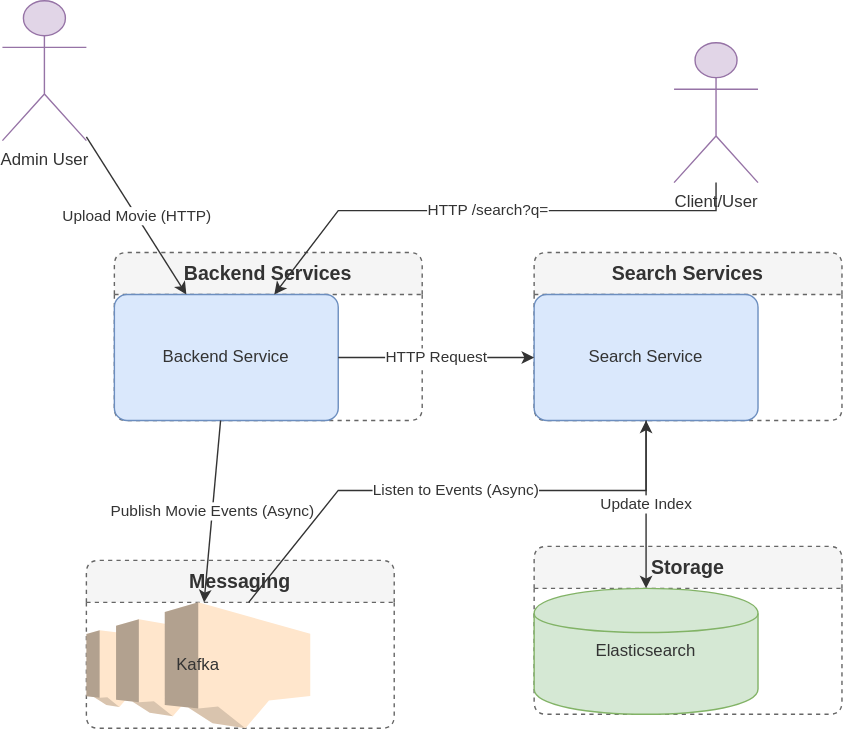
Before: docs/search-microservices.drawio.svg, a diagram exported from draw.io (DipuKumar1997/netflix-video-streaming). Source tidied: cells renumbered, new cells last; positions are measured from the earlier drawing's top-left corner, leaving out a move shared by most shapes. Its diagram source:
```xml
<mxGraphModel>
  <root>
    <mxCell id="0" />
    <mxCell id="1" parent="0" />
    <mxCell id="2" value="Backend Services" style="swimlane;rounded=1;arcSize=10;fillColor=#f5f5f5;strokeColor=#666666;dashed=1;fontColor=#333333;fontSize=14;align=center;verticalAlign=top;horizontal=1;startSize=30;" parent="1" vertex="1">
      <mxGeometry x="80" y="180" width="220" height="120" as="geometry" />
    </mxCell>
    <mxCell id="3" value="Backend Service" style="rounded=1;whiteSpace=wrap;html=1;arcSize=10;fillColor=#dae8fc;strokeColor=#6c8ebf;fontColor=#333333;fontSize=12;" parent="2" vertex="1">
      <mxGeometry y="30" width="160" height="90" as="geometry" />
    </mxCell>
    <mxCell id="4" value="Search Services" style="swimlane;rounded=1;arcSize=10;fillColor=#f5f5f5;strokeColor=#666666;dashed=1;fontColor=#333333;fontSize=14;align=center;verticalAlign=top;horizontal=1;startSize=30;" parent="1" vertex="1">
      <mxGeometry x="380" y="180" width="220" height="120" as="geometry" />
    </mxCell>
    <mxCell id="5" value="Search Service" style="rounded=1;whiteSpace=wrap;html=1;arcSize=10;fillColor=#dae8fc;strokeColor=#6c8ebf;fontColor=#333333;fontSize=12;" parent="4" vertex="1">
      <mxGeometry y="30" width="160" height="90" as="geometry" />
    </mxCell>
    <mxCell id="6" value="Messaging" style="swimlane;rounded=1;arcSize=10;fillColor=#f5f5f5;strokeColor=#666666;dashed=1;fontColor=#333333;fontSize=14;align=center;verticalAlign=top;horizontal=1;startSize=30;" parent="1" vertex="1">
      <mxGeometry x="60" y="400" width="220" height="120" as="geometry" />
    </mxCell>
    <mxCell id="7" value="Kafka" style="shape=mxgraph.aws3.sns;fillColor=#ffe6cc;strokeColor=#d79b00;fontColor=#333333;fontSize=12;whiteSpace=wrap;html=1;" parent="6" vertex="1">
      <mxGeometry y="30" width="160" height="90" as="geometry" />
    </mxCell>
    <mxCell id="8" value="Storage" style="swimlane;rounded=1;arcSize=10;fillColor=#f5f5f5;strokeColor=#666666;dashed=1;fontColor=#333333;fontSize=14;align=center;verticalAlign=top;horizontal=1;startSize=30;" parent="1" vertex="1">
      <mxGeometry x="380" y="390" width="220" height="120" as="geometry" />
    </mxCell>
    <mxCell id="9" value="Elasticsearch" style="shape=cylinder;whiteSpace=wrap;html=1;fillColor=#d5e8d4;strokeColor=#82b366;fontColor=#333333;fontSize=12;" parent="8" vertex="1">
      <mxGeometry y="30" width="160" height="90" as="geometry" />
    </mxCell>
    <mxCell id="10" value="Admin User" style="shape=umlActor;verticalLabelPosition=bottom;verticalAlign=top;html=1;outlineConnect=0;fillColor=#e1d5e7;strokeColor=#9673a6;fontColor=#333333;fontSize=12;" parent="1" vertex="1">
      <mxGeometry width="60" height="100" as="geometry" />
    </mxCell>
    <mxCell id="11" value="Client/User" style="shape=umlActor;verticalLabelPosition=bottom;verticalAlign=top;html=1;outlineConnect=0;fillColor=#e1d5e7;strokeColor=#9673a6;fontColor=#333333;fontSize=12;" parent="1" vertex="1">
      <mxGeometry x="480" y="30" width="60" height="100" as="geometry" />
    </mxCell>
    <mxCell id="12" value="Upload Movie (HTTP)" style="endArrow=classic;html=1;strokeColor=#333333;fontColor=#333333;fontSize=11;labelBackgroundColor=#ffffff;rounded=0;" parent="1" edge="1" source="10" target="3">
      <mxGeometry relative="1" as="geometry" />
    </mxCell>
    <mxCell id="13" value="HTTP /search?q=" style="endArrow=classic;html=1;strokeColor=#333333;fontColor=#333333;fontSize=11;labelBackgroundColor=#ffffff;rounded=0;" parent="1" edge="1" source="11" target="3">
      <mxGeometry relative="1" as="geometry">
        <Array as="points">
          <mxPoint x="510" y="150" />
          <mxPoint x="240" y="150" />
        </Array>
      </mxGeometry>
    </mxCell>
    <mxCell id="14" value="HTTP Request" style="endArrow=classic;html=1;strokeColor=#333333;fontColor=#333333;fontSize=11;labelBackgroundColor=#ffffff;rounded=0;" parent="1" edge="1" source="3" target="5">
      <mxGeometry relative="1" as="geometry" />
    </mxCell>
    <mxCell id="15" value="Publish Movie Events (Async)" style="endArrow=classic;html=1;strokeColor=#333333;fontColor=#333333;fontSize=11;labelBackgroundColor=#ffffff;rounded=0;" parent="1" edge="1" source="3" target="7">
      <mxGeometry relative="1" as="geometry" />
    </mxCell>
    <mxCell id="16" value="Listen to Events (Async)" style="endArrow=classic;html=1;strokeColor=#333333;fontColor=#333333;fontSize=11;labelBackgroundColor=#ffffff;rounded=0;" parent="1" edge="1" source="7" target="5">
      <mxGeometry relative="1" as="geometry">
        <Array as="points">
          <mxPoint x="240" y="350" />
          <mxPoint x="460" y="350" />
        </Array>
      </mxGeometry>
    </mxCell>
    <mxCell id="17" value="Update Index" style="endArrow=classic;html=1;strokeColor=#333333;fontColor=#333333;fontSize=11;labelBackgroundColor=#ffffff;rounded=0;" parent="1" edge="1" source="5" target="9">
      <mxGeometry relative="1" as="geometry" />
    </mxCell>
  </root>
</mxGraphModel>
```
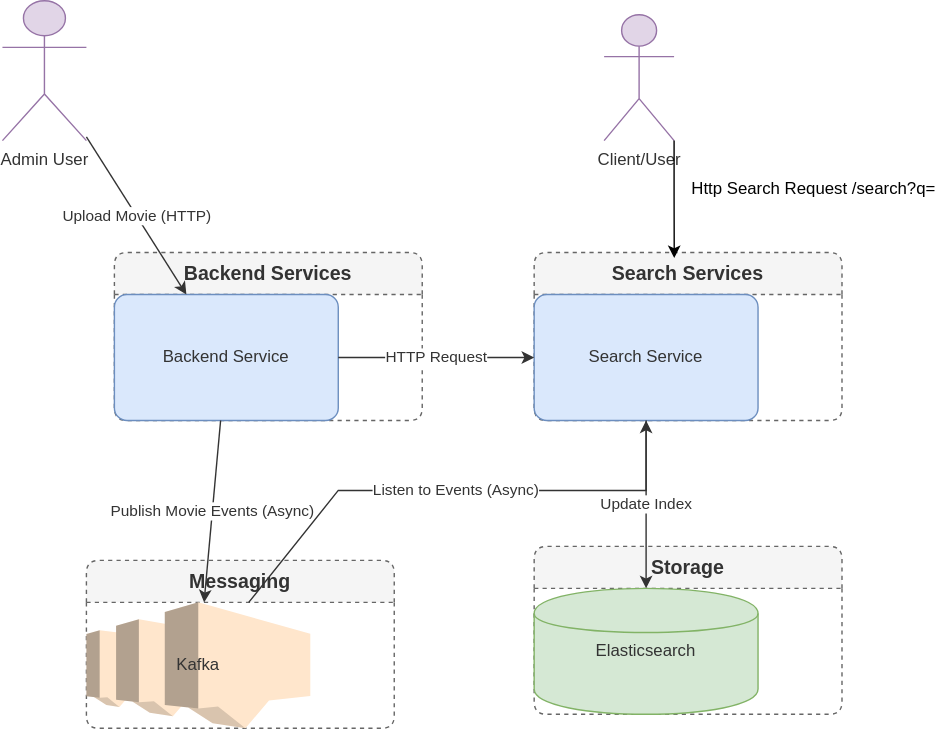
The same file after the commit.

Diff of the diagram source:
```diff
@@ -30,19 +30,11 @@
       <mxGeometry width="60" height="100" as="geometry" />
     </mxCell>
     <mxCell id="11" value="Client/User" style="shape=umlActor;verticalLabelPosition=bottom;verticalAlign=top;html=1;outlineConnect=0;fillColor=#e1d5e7;strokeColor=#9673a6;fontColor=#333333;fontSize=12;" parent="1" vertex="1">
-      <mxGeometry x="480" y="30" width="60" height="100" as="geometry" />
+      <mxGeometry x="430" y="10" width="50" height="90" as="geometry" />
     </mxCell>
     <mxCell id="12" value="Upload Movie (HTTP)" style="endArrow=classic;html=1;strokeColor=#333333;fontColor=#333333;fontSize=11;labelBackgroundColor=#ffffff;rounded=0;" parent="1" edge="1" source="10" target="3">
       <mxGeometry relative="1" as="geometry" />
     </mxCell>
-    <mxCell id="13" value="HTTP /search?q=" style="endArrow=classic;html=1;strokeColor=#333333;fontColor=#333333;fontSize=11;labelBackgroundColor=#ffffff;rounded=0;" parent="1" edge="1" source="11" target="3">
-      <mxGeometry relative="1" as="geometry">
-        <Array as="points">
-          <mxPoint x="510" y="150" />
-          <mxPoint x="240" y="150" />
-        </Array>
-      </mxGeometry>
-    </mxCell>
     <mxCell id="14" value="HTTP Request" style="endArrow=classic;html=1;strokeColor=#333333;fontColor=#333333;fontSize=11;labelBackgroundColor=#ffffff;rounded=0;" parent="1" edge="1" source="3" target="5">
       <mxGeometry relative="1" as="geometry" />
     </mxCell>
@@ -60,5 +52,11 @@
     <mxCell id="17" value="Update Index" style="endArrow=classic;html=1;strokeColor=#333333;fontColor=#333333;fontSize=11;labelBackgroundColor=#ffffff;rounded=0;" parent="1" edge="1" source="5" target="9">
       <mxGeometry relative="1" as="geometry" />
     </mxCell>
+    <mxCell id="18" style="edgeStyle=orthogonalEdgeStyle;rounded=0;jettySize=auto;html=1;exitX=1;exitY=1;exitDx=0;exitDy=0;exitPerimeter=0;entryX=0.455;entryY=0.033;entryDx=0;entryDy=0;entryPerimeter=0;" parent="1" edge="1" source="11" target="4">
+      <mxGeometry relative="1" as="geometry" />
+    </mxCell>
+    <mxCell id="19" value="Http Search Request /search?q=" style="text;html=1;whiteSpace=wrap;strokeColor=none;fillColor=none;align=center;verticalAlign=middle;rounded=0;" parent="1" vertex="1">
+      <mxGeometry x="490" y="120" width="180" height="30" as="geometry" />
+    </mxCell>
   </root>
 </mxGraphModel>
```
